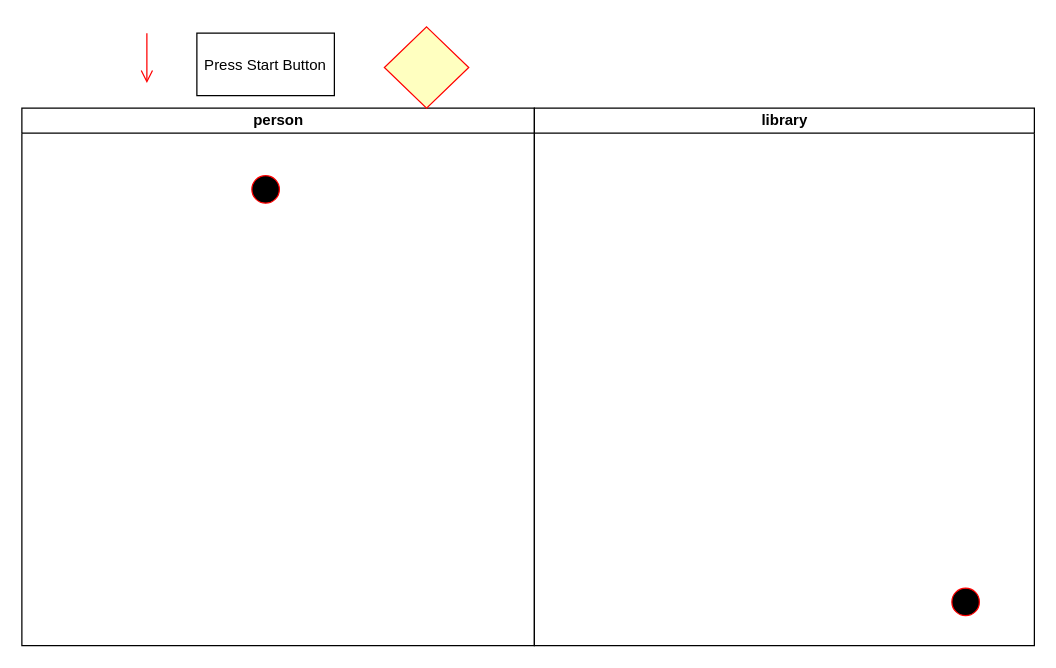
The draw.io diagram activitylibrary.drawio in gablmao/library-system, before the edit. Source tidied: cells renumbered, new cells numbered last; positions are measured from the earlier drawing's top-left corner, leaving out a move shared by most shapes. Both pictures are drawn from the tidied source at 125%, with x=0, y=0 at pixel (21, 26).
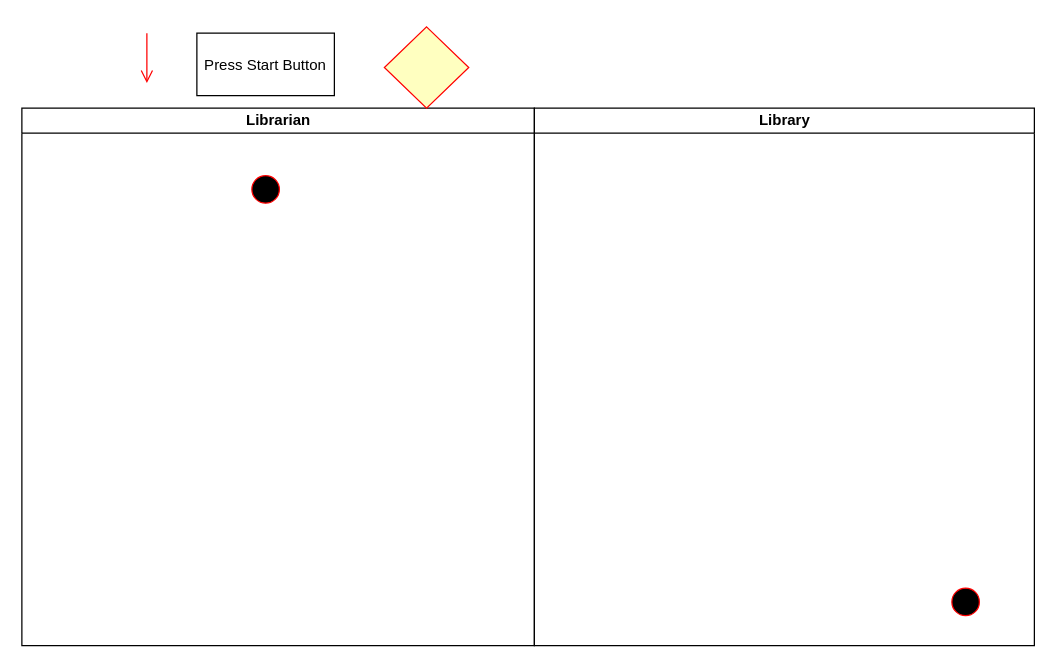
The same page after the edit.

What changed in the source:
```diff
@@
 <mxGraphModel>
   <root>
     <mxCell id="0" />
     <mxCell id="1" parent="0" />
-    <mxCell id="2" value="person" style="swimlane;html=1;startSize=20;horizontal=1;containerType=tree;glass=0;" parent="1" vertex="1">
+    <mxCell id="2" value="Librarian" style="swimlane;html=1;startSize=20;horizontal=1;containerType=tree;glass=0;" parent="1" vertex="1">
       <mxGeometry y="65" width="410" height="430" as="geometry" />
     </mxCell>
     <mxCell id="3" style="ellipse;shape=startState;fillColor=#000000;strokeColor=#ff0000;" parent="2" vertex="1">
       <mxGeometry x="180" y="50" width="30" height="30" as="geometry" />
     </mxCell>
-    <mxCell id="4" value="library" style="swimlane;html=1;startSize=20;horizontal=1;containerType=tree;glass=0;" parent="1" vertex="1">
+    <mxCell id="4" value="Library" style="swimlane;html=1;startSize=20;horizontal=1;containerType=tree;glass=0;" parent="1" vertex="1">
       <mxGeometry x="410" y="65" width="400" height="430" as="geometry" />
     </mxCell>
     <mxCell id="5" style="ellipse;shape=startState;fillColor=#000000;strokeColor=#ff0000;" parent="4" vertex="1">
       <mxGeometry x="330" y="380" width="30" height="30" as="geometry" />
     </mxCell>
     <mxCell id="6" style="edgeStyle=elbowEdgeStyle;elbow=horizontal;verticalAlign=bottom;endArrow=open;endSize=8;strokeColor=#FF0000;endFill=1;rounded=0;" parent="1" edge="1">
       <mxGeometry x="100" y="40" as="geometry">
         <mxPoint x="100" y="5" as="sourcePoint" />
         <mxPoint x="100" y="45" as="targetPoint" />
       </mxGeometry>
     </mxCell>
     <mxCell id="7" value="Press Start Button" parent="1" vertex="1">
       <mxGeometry x="140" y="5" width="110" height="50" as="geometry" />
     </mxCell>
     <mxCell id="8" style="rhombus;fillColor=#ffffc0;strokeColor=#ff0000;" parent="1" vertex="1">
       <mxGeometry x="290" width="67.5" height="65" as="geometry" />
     </mxCell>
   </root>
 </mxGraphModel>
```
